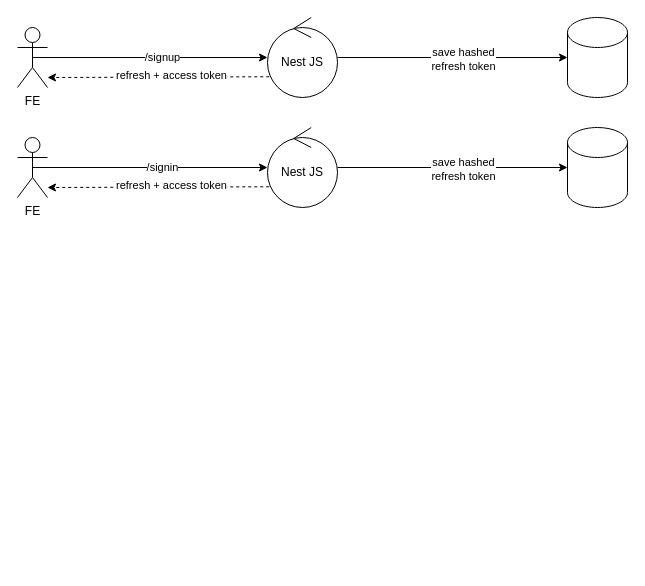
The draw.io diagram Untitled Diagram.drawio in han-tara/exercise-nest-rest, before the edit. Source tidied: cells renumbered, new cells numbered last; positions are measured from the earlier drawing's top-left corner, leaving out a move shared by most shapes. Both pictures are drawn from the tidied source at 100%, with x=0, y=0 at pixel (17, 17).
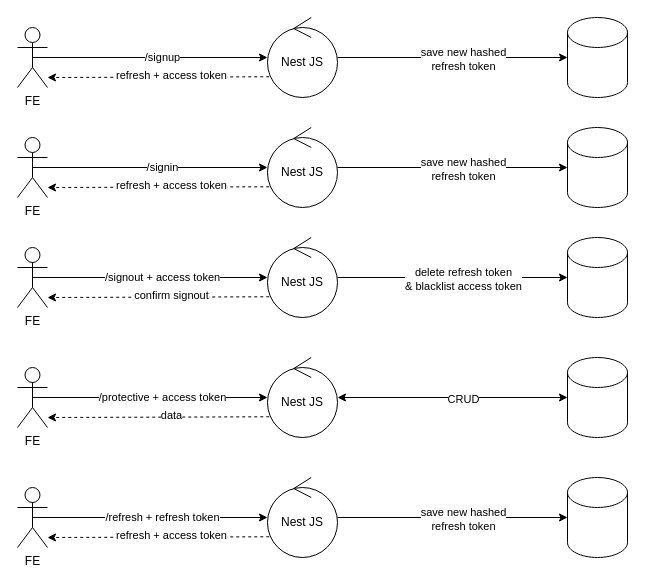
Above is the later version.

Unchanged cells that the change refers to:
```xml
<mxCell id="6" style="edgeStyle=orthogonalEdgeStyle;rounded=0;jettySize=auto;html=1;entryX=0;entryY=0.5;entryDx=0;entryDy=0;entryPerimeter=0;" parent="1" edge="1" source="8" target="5">
  <mxGeometry relative="1" as="geometry" />
</mxCell>
<mxCell id="15" style="edgeStyle=orthogonalEdgeStyle;rounded=0;jettySize=auto;html=1;entryX=0;entryY=0.5;entryDx=0;entryDy=0;entryPerimeter=0;" parent="1" edge="1" source="17" target="14">
  <mxGeometry relative="1" as="geometry" />
</mxCell>
```

What changed in the source:
```diff
@@
-    <mxCell id="7" value="save hashed&lt;br&gt;refresh token" style="edgeLabel;html=1;align=center;verticalAlign=middle;" parent="6" vertex="1">
+    <mxCell id="7" value="save new hashed&lt;br&gt;refresh token" style="edgeLabel;html=1;align=center;verticalAlign=middle;" parent="6" vertex="1">
       <mxGeometry x="0.09" y="-1" relative="1" as="geometry" />
     </mxCell>
@@
-    <mxCell id="16" value="save hashed&lt;br&gt;refresh token" style="edgeLabel;html=1;align=center;verticalAlign=middle;" parent="15" vertex="1">
+    <mxCell id="16" value="save new hashed&lt;br&gt;refresh token" style="edgeLabel;html=1;align=center;verticalAlign=middle;" parent="15" vertex="1">
       <mxGeometry x="0.09" y="-1" relative="1" as="geometry" />
     </mxCell>
@@
+    <mxCell id="20" style="edgeStyle=orthogonalEdgeStyle;rounded=0;jettySize=auto;html=1;exitX=0.5;exitY=0.5;exitDx=0;exitDy=0;exitPerimeter=0;" parent="1" edge="1" source="22" target="26">
+      <mxGeometry relative="1" as="geometry" />
+    </mxCell>
+    <mxCell id="21" value="/signout + access token" style="edgeLabel;html=1;align=center;verticalAlign=middle;" parent="20" vertex="1">
+      <mxGeometry x="0.1" y="1" relative="1" as="geometry" />
+    </mxCell>
+    <mxCell id="22" value="FE" style="shape=umlActor;verticalLabelPosition=bottom;verticalAlign=top;html=1;outlineConnect=0;" parent="1" vertex="1">
+      <mxGeometry y="230" width="30" height="60" as="geometry" />
+    </mxCell>
+    <mxCell id="23" style="shape=cylinder3;whiteSpace=wrap;html=1;boundedLbl=1;backgroundOutline=1;size=15;" parent="1" vertex="1">
+      <mxGeometry x="550" y="220" width="60" height="80" as="geometry" />
+    </mxCell>
+    <mxCell id="24" style="edgeStyle=orthogonalEdgeStyle;rounded=0;jettySize=auto;html=1;entryX=0;entryY=0.5;entryDx=0;entryDy=0;entryPerimeter=0;" parent="1" edge="1" source="26" target="23">
+      <mxGeometry relative="1" as="geometry" />
+    </mxCell>
+    <mxCell id="25" value="delete refresh token&lt;br&gt;&amp;amp; blacklist access token" style="edgeLabel;html=1;align=center;verticalAlign=middle;" parent="24" vertex="1">
+      <mxGeometry x="0.09" y="-1" relative="1" as="geometry" />
+    </mxCell>
+    <mxCell id="26" value="Nest JS" style="ellipse;shape=umlControl;whiteSpace=wrap;html=1;" parent="1" vertex="1">
+      <mxGeometry x="250" y="220" width="70" height="80" as="geometry" />
+    </mxCell>
+    <mxCell id="27" style="endArrow=classic;html=1;rounded=0;exitX=0.025;exitY=0.741;exitDx=0;exitDy=0;exitPerimeter=0;dashed=1;" parent="1" edge="1" source="26">
+      <mxGeometry relative="1" as="geometry">
+        <mxPoint x="30" y="280" as="targetPoint" />
+      </mxGeometry>
+    </mxCell>
+    <mxCell id="28" value="confirm signout" style="edgeLabel;html=1;align=center;verticalAlign=middle;" parent="27" vertex="1">
+      <mxGeometry x="-0.12" y="-2" relative="1" as="geometry" />
+    </mxCell>
+    <mxCell id="29" style="edgeStyle=orthogonalEdgeStyle;rounded=0;jettySize=auto;html=1;exitX=0.5;exitY=0.5;exitDx=0;exitDy=0;exitPerimeter=0;" parent="1" edge="1" source="31" target="35">
+      <mxGeometry relative="1" as="geometry" />
+    </mxCell>
+    <mxCell id="30" value="/protective + access token" style="edgeLabel;html=1;align=center;verticalAlign=middle;" parent="29" vertex="1">
+      <mxGeometry x="0.1" y="1" relative="1" as="geometry" />
+    </mxCell>
+    <mxCell id="31" value="FE" style="shape=umlActor;verticalLabelPosition=bottom;verticalAlign=top;html=1;outlineConnect=0;" parent="1" vertex="1">
+      <mxGeometry y="350" width="30" height="60" as="geometry" />
+    </mxCell>
+    <mxCell id="32" style="shape=cylinder3;whiteSpace=wrap;html=1;boundedLbl=1;backgroundOutline=1;size=15;" parent="1" vertex="1">
+      <mxGeometry x="550" y="340" width="60" height="80" as="geometry" />
+    </mxCell>
+    <mxCell id="33" style="edgeStyle=orthogonalEdgeStyle;rounded=0;jettySize=auto;html=1;entryX=0;entryY=0.5;entryDx=0;entryDy=0;entryPerimeter=0;startArrow=classic;startFill=1;" parent="1" edge="1" source="35" target="32">
+      <mxGeometry relative="1" as="geometry" />
+    </mxCell>
+    <mxCell id="34" value="CRUD" style="edgeLabel;html=1;align=center;verticalAlign=middle;" parent="33" vertex="1">
+      <mxGeometry x="0.09" y="-1" relative="1" as="geometry" />
+    </mxCell>
+    <mxCell id="35" value="Nest JS" style="ellipse;shape=umlControl;whiteSpace=wrap;html=1;" parent="1" vertex="1">
+      <mxGeometry x="250" y="340" width="70" height="80" as="geometry" />
+    </mxCell>
+    <mxCell id="36" style="endArrow=classic;html=1;rounded=0;exitX=0.025;exitY=0.741;exitDx=0;exitDy=0;exitPerimeter=0;dashed=1;" parent="1" edge="1" source="35">
+      <mxGeometry relative="1" as="geometry">
+        <mxPoint x="30" y="400" as="targetPoint" />
+      </mxGeometry>
+    </mxCell>
+    <mxCell id="37" value="data" style="edgeLabel;html=1;align=center;verticalAlign=middle;" parent="36" vertex="1">
+      <mxGeometry x="-0.12" y="-2" relative="1" as="geometry" />
+    </mxCell>
+    <mxCell id="38" style="edgeStyle=orthogonalEdgeStyle;rounded=0;jettySize=auto;html=1;exitX=0.5;exitY=0.5;exitDx=0;exitDy=0;exitPerimeter=0;" parent="1" edge="1" source="40" target="44">
+      <mxGeometry relative="1" as="geometry" />
+    </mxCell>
+    <mxCell id="39" value="/refresh + refresh token" style="edgeLabel;html=1;align=center;verticalAlign=middle;" parent="38" vertex="1">
+      <mxGeometry x="0.1" y="1" relative="1" as="geometry" />
+    </mxCell>
+    <mxCell id="40" value="FE" style="shape=umlActor;verticalLabelPosition=bottom;verticalAlign=top;html=1;outlineConnect=0;" parent="1" vertex="1">
+      <mxGeometry y="470" width="30" height="60" as="geometry" />
+    </mxCell>
+    <mxCell id="41" style="shape=cylinder3;whiteSpace=wrap;html=1;boundedLbl=1;backgroundOutline=1;size=15;" parent="1" vertex="1">
+      <mxGeometry x="550" y="460" width="60" height="80" as="geometry" />
+    </mxCell>
+    <mxCell id="42" style="edgeStyle=orthogonalEdgeStyle;rounded=0;jettySize=auto;html=1;entryX=0;entryY=0.5;entryDx=0;entryDy=0;entryPerimeter=0;startArrow=none;startFill=0;" parent="1" edge="1" source="44" target="41">
+      <mxGeometry relative="1" as="geometry" />
+    </mxCell>
+    <mxCell id="43" value="save new hashed&lt;br&gt;refresh token" style="edgeLabel;html=1;align=center;verticalAlign=middle;" parent="42" vertex="1">
+      <mxGeometry x="0.09" y="-1" relative="1" as="geometry" />
+    </mxCell>
+    <mxCell id="44" value="Nest JS" style="ellipse;shape=umlControl;whiteSpace=wrap;html=1;" parent="1" vertex="1">
+      <mxGeometry x="250" y="460" width="70" height="80" as="geometry" />
+    </mxCell>
+    <mxCell id="45" style="endArrow=classic;html=1;rounded=0;exitX=0.025;exitY=0.741;exitDx=0;exitDy=0;exitPerimeter=0;dashed=1;" parent="1" edge="1" source="44">
+      <mxGeometry relative="1" as="geometry">
+        <mxPoint x="30" y="520" as="targetPoint" />
+      </mxGeometry>
+    </mxCell>
+    <mxCell id="46" value="refresh + access token" style="edgeLabel;html=1;align=center;verticalAlign=middle;" parent="45" vertex="1">
+      <mxGeometry x="-0.12" y="-2" relative="1" as="geometry" />
+    </mxCell>
```
